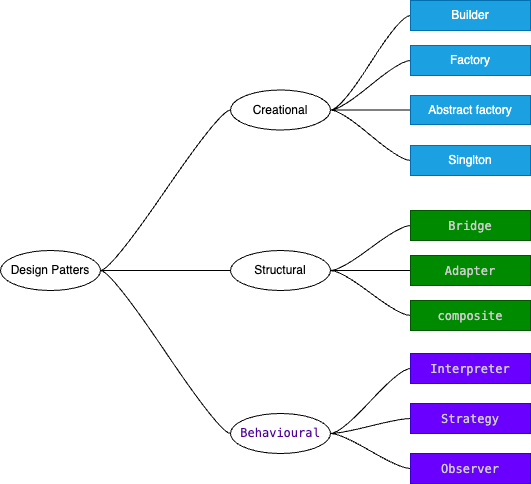
This is drawio/designPattern.drawio.png from vishalguptahmh/programmingInterviewQuestions, a draw.io export, as it was before one commit. Source tidied: cells renumbered, new cells last; positions are measured from the earlier drawing's top-left corner, leaving out a move shared by most shapes. Its diagram source:
```xml
<mxGraphModel>
  <root>
    <mxCell id="0" />
    <mxCell id="1" parent="0" />
    <mxCell id="2" style="edgeStyle=entityRelationEdgeStyle;html=1;startArrow=none;endArrow=none;segment=10;curved=1;sourcePerimeterSpacing=0;targetPerimeterSpacing=0;entryX=0;entryY=0.5;entryDx=0;entryDy=0;" parent="1" edge="1" source="5" target="10">
      <mxGeometry relative="1" as="geometry" />
    </mxCell>
    <mxCell id="3" style="edgeStyle=entityRelationEdgeStyle;html=1;startArrow=none;endArrow=none;segment=10;curved=1;sourcePerimeterSpacing=0;targetPerimeterSpacing=0;entryX=0;entryY=0.5;entryDx=0;entryDy=0;" parent="1" edge="1" source="5" target="14">
      <mxGeometry relative="1" as="geometry" />
    </mxCell>
    <mxCell id="4" style="edgeStyle=entityRelationEdgeStyle;html=1;startArrow=none;endArrow=none;segment=10;curved=1;sourcePerimeterSpacing=0;targetPerimeterSpacing=0;entryX=0;entryY=0.5;entryDx=0;entryDy=0;" parent="1" edge="1" source="5">
      <mxGeometry relative="1" as="geometry">
        <mxPoint x="230" y="433" as="targetPoint" />
      </mxGeometry>
    </mxCell>
    <mxCell id="5" value="Design Patters" style="ellipse;whiteSpace=wrap;html=1;align=center;newEdgeStyle={&quot;edgeStyle&quot;:&quot;entityRelationEdgeStyle&quot;,&quot;startArrow&quot;:&quot;none&quot;,&quot;endArrow&quot;:&quot;none&quot;,&quot;segment&quot;:10,&quot;curved&quot;:1,&quot;sourcePerimeterSpacing&quot;:0,&quot;targetPerimeterSpacing&quot;:0};" parent="1" vertex="1">
      <mxGeometry y="250" width="100" height="40" as="geometry" />
    </mxCell>
    <mxCell id="6" style="edgeStyle=entityRelationEdgeStyle;html=1;startArrow=none;endArrow=none;segment=10;curved=1;sourcePerimeterSpacing=0;targetPerimeterSpacing=0;" parent="1" edge="1" source="10" target="18">
      <mxGeometry relative="1" as="geometry" />
    </mxCell>
    <mxCell id="7" style="edgeStyle=entityRelationEdgeStyle;html=1;startArrow=none;endArrow=none;segment=10;curved=1;sourcePerimeterSpacing=0;targetPerimeterSpacing=0;" parent="1" edge="1" source="10" target="19">
      <mxGeometry relative="1" as="geometry" />
    </mxCell>
    <mxCell id="8" style="edgeStyle=entityRelationEdgeStyle;html=1;startArrow=none;endArrow=none;segment=10;curved=1;sourcePerimeterSpacing=0;targetPerimeterSpacing=0;entryX=0;entryY=0.5;entryDx=0;entryDy=0;" parent="1" edge="1" source="10" target="20">
      <mxGeometry relative="1" as="geometry" />
    </mxCell>
    <mxCell id="9" style="edgeStyle=entityRelationEdgeStyle;html=1;startArrow=none;endArrow=none;segment=10;curved=1;sourcePerimeterSpacing=0;targetPerimeterSpacing=0;entryX=0;entryY=0.5;entryDx=0;entryDy=0;fontFamily=Helvetica;fontSize=12;fontColor=#4C0099;" parent="1" edge="1" source="10" target="28">
      <mxGeometry relative="1" as="geometry" />
    </mxCell>
    <mxCell id="10" value="Creational" style="ellipse;whiteSpace=wrap;html=1;align=center;newEdgeStyle={&quot;edgeStyle&quot;:&quot;entityRelationEdgeStyle&quot;,&quot;startArrow&quot;:&quot;none&quot;,&quot;endArrow&quot;:&quot;none&quot;,&quot;segment&quot;:10,&quot;curved&quot;:1,&quot;sourcePerimeterSpacing&quot;:0,&quot;targetPerimeterSpacing&quot;:0};" parent="1" vertex="1">
      <mxGeometry x="230" y="89.5" width="100" height="40" as="geometry" />
    </mxCell>
    <mxCell id="11" style="edgeStyle=entityRelationEdgeStyle;html=1;startArrow=none;endArrow=none;segment=10;curved=1;sourcePerimeterSpacing=0;targetPerimeterSpacing=0;entryX=0;entryY=0.5;entryDx=0;entryDy=0;" parent="1" edge="1" source="14" target="21">
      <mxGeometry relative="1" as="geometry" />
    </mxCell>
    <mxCell id="12" style="edgeStyle=entityRelationEdgeStyle;html=1;startArrow=none;endArrow=none;segment=10;curved=1;sourcePerimeterSpacing=0;targetPerimeterSpacing=0;entryX=0;entryY=0.5;entryDx=0;entryDy=0;" parent="1" edge="1" source="14" target="22">
      <mxGeometry relative="1" as="geometry" />
    </mxCell>
    <mxCell id="13" style="edgeStyle=entityRelationEdgeStyle;html=1;startArrow=none;endArrow=none;segment=10;curved=1;sourcePerimeterSpacing=0;targetPerimeterSpacing=0;entryX=0;entryY=0.5;entryDx=0;entryDy=0;" parent="1" edge="1" source="14" target="23">
      <mxGeometry relative="1" as="geometry" />
    </mxCell>
    <mxCell id="14" value="Structural" style="ellipse;whiteSpace=wrap;html=1;align=center;newEdgeStyle={&quot;edgeStyle&quot;:&quot;entityRelationEdgeStyle&quot;,&quot;startArrow&quot;:&quot;none&quot;,&quot;endArrow&quot;:&quot;none&quot;,&quot;segment&quot;:10,&quot;curved&quot;:1,&quot;sourcePerimeterSpacing&quot;:0,&quot;targetPerimeterSpacing&quot;:0};" parent="1" vertex="1">
      <mxGeometry x="230" y="250" width="100" height="40" as="geometry" />
    </mxCell>
    <mxCell id="15" style="edgeStyle=entityRelationEdgeStyle;html=1;startArrow=none;endArrow=none;segment=10;curved=1;sourcePerimeterSpacing=0;targetPerimeterSpacing=0;entryX=0;entryY=0.5;entryDx=0;entryDy=0;" parent="1" edge="1" target="24">
      <mxGeometry relative="1" as="geometry">
        <mxPoint x="330" y="433" as="sourcePoint" />
      </mxGeometry>
    </mxCell>
    <mxCell id="16" style="edgeStyle=entityRelationEdgeStyle;html=1;startArrow=none;endArrow=none;segment=10;curved=1;sourcePerimeterSpacing=0;targetPerimeterSpacing=0;entryX=0;entryY=0.5;entryDx=0;entryDy=0;" parent="1" edge="1" target="25">
      <mxGeometry relative="1" as="geometry">
        <mxPoint x="330" y="433" as="sourcePoint" />
      </mxGeometry>
    </mxCell>
    <mxCell id="17" style="edgeStyle=entityRelationEdgeStyle;html=1;startArrow=none;endArrow=none;segment=10;curved=1;sourcePerimeterSpacing=0;targetPerimeterSpacing=0;entryX=0;entryY=0.5;entryDx=0;entryDy=0;" parent="1" edge="1" target="26">
      <mxGeometry relative="1" as="geometry">
        <mxPoint x="330" y="433" as="sourcePoint" />
      </mxGeometry>
    </mxCell>
    <mxCell id="18" value="Factory" style="whiteSpace=wrap;html=1;fillColor=#1ba1e2;fontColor=#ffffff;strokeColor=#006EAF;rotation=0;" parent="1" vertex="1">
      <mxGeometry x="410" y="45" width="120" height="30" as="geometry" />
    </mxCell>
    <mxCell id="19" value="Abstract factory" style="whiteSpace=wrap;html=1;fillColor=#1ba1e2;fontColor=#ffffff;strokeColor=#006EAF;imageHeight=50;" parent="1" vertex="1">
      <mxGeometry x="410" y="95" width="120" height="29" as="geometry" />
    </mxCell>
    <mxCell id="20" value="Singlton" style="whiteSpace=wrap;html=1;fillColor=#1ba1e2;fontColor=#ffffff;strokeColor=#006EAF;rotation=0;" parent="1" vertex="1">
      <mxGeometry x="410" y="145" width="120" height="30" as="geometry" />
    </mxCell>
    <mxCell id="21" value="&lt;div style=&quot;color: rgb(204, 204, 204); font-family: Menlo, Monaco, &amp;quot;Courier New&amp;quot;, monospace; line-height: 18px;&quot;&gt;&lt;div style=&quot;line-height: 18px;&quot;&gt;Bridge&lt;/div&gt;&lt;/div&gt;" style="whiteSpace=wrap;html=1;fillColor=#008a00;fontColor=#ffffff;strokeColor=#005700;rotation=0;labelBackgroundColor=none;" parent="1" vertex="1">
      <mxGeometry x="410" y="210" width="120" height="30" as="geometry" />
    </mxCell>
    <mxCell id="22" value="&lt;div style=&quot;color: rgb(204, 204, 204); font-family: Menlo, Monaco, &amp;quot;Courier New&amp;quot;, monospace; line-height: 18px;&quot;&gt;&lt;div style=&quot;line-height: 18px;&quot;&gt;Adapter&lt;/div&gt;&lt;/div&gt;" style="whiteSpace=wrap;html=1;fillColor=#008a00;fontColor=#ffffff;strokeColor=#005700;rotation=0;labelBackgroundColor=none;" parent="1" vertex="1">
      <mxGeometry x="410" y="255" width="120" height="30" as="geometry" />
    </mxCell>
    <mxCell id="23" value="&lt;div style=&quot;color: rgb(204, 204, 204); font-family: Menlo, Monaco, &amp;quot;Courier New&amp;quot;, monospace; line-height: 18px;&quot;&gt;&lt;div style=&quot;line-height: 18px;&quot;&gt;composite&lt;/div&gt;&lt;/div&gt;" style="whiteSpace=wrap;html=1;fillColor=#008a00;fontColor=#ffffff;strokeColor=#005700;rotation=0;labelBackgroundColor=none;" parent="1" vertex="1">
      <mxGeometry x="410" y="300" width="120" height="30" as="geometry" />
    </mxCell>
    <mxCell id="24" value="&lt;div style=&quot;color: rgb(204, 204, 204); font-family: Menlo, Monaco, &amp;quot;Courier New&amp;quot;, monospace; line-height: 18px;&quot;&gt;&lt;div style=&quot;line-height: 18px;&quot;&gt;Interpreter&lt;/div&gt;&lt;/div&gt;" style="whiteSpace=wrap;html=1;fillColor=#6a00ff;fontColor=#ffffff;strokeColor=#3700CC;labelBackgroundColor=none;" parent="1" vertex="1">
      <mxGeometry x="410" y="353" width="120" height="30" as="geometry" />
    </mxCell>
    <mxCell id="25" value="&lt;div style=&quot;color: rgb(204, 204, 204); font-family: Menlo, Monaco, &amp;quot;Courier New&amp;quot;, monospace; line-height: 18px;&quot;&gt;&lt;div style=&quot;line-height: 18px;&quot;&gt;Strategy&lt;/div&gt;&lt;/div&gt;" style="whiteSpace=wrap;html=1;rotation=0;fillColor=#6a00ff;fontColor=#ffffff;strokeColor=#3700CC;labelBackgroundColor=none;" parent="1" vertex="1">
      <mxGeometry x="410" y="403" width="120" height="30" as="geometry" />
    </mxCell>
    <mxCell id="26" value="&lt;div style=&quot;color: rgb(204, 204, 204); font-family: Menlo, Monaco, &amp;quot;Courier New&amp;quot;, monospace; line-height: 18px;&quot;&gt;&lt;div style=&quot;line-height: 18px;&quot;&gt;Observer&lt;/div&gt;&lt;/div&gt;" style="whiteSpace=wrap;html=1;fillColor=#6a00ff;fontColor=#ffffff;strokeColor=#3700CC;labelBackgroundColor=none;" parent="1" vertex="1">
      <mxGeometry x="410" y="453" width="120" height="30" as="geometry" />
    </mxCell>
    <mxCell id="27" value="&lt;span style=&quot;font-family: Menlo, Monaco, &amp;quot;Courier New&amp;quot;, monospace;&quot;&gt;Behavioural&lt;/span&gt;" style="ellipse;whiteSpace=wrap;html=1;align=center;newEdgeStyle={&quot;edgeStyle&quot;:&quot;entityRelationEdgeStyle&quot;,&quot;startArrow&quot;:&quot;none&quot;,&quot;endArrow&quot;:&quot;none&quot;,&quot;segment&quot;:10,&quot;curved&quot;:1,&quot;sourcePerimeterSpacing&quot;:0,&quot;targetPerimeterSpacing&quot;:0};fontColor=#4C0099;" parent="1" vertex="1">
      <mxGeometry x="230" y="413" width="100" height="40" as="geometry" />
    </mxCell>
    <mxCell id="28" value="Builder" style="whiteSpace=wrap;html=1;fillColor=#1ba1e2;fontColor=#ffffff;strokeColor=#006EAF;rotation=0;" parent="1" vertex="1">
      <mxGeometry x="410" width="120" height="30" as="geometry" />
    </mxCell>
  </root>
</mxGraphModel>
```
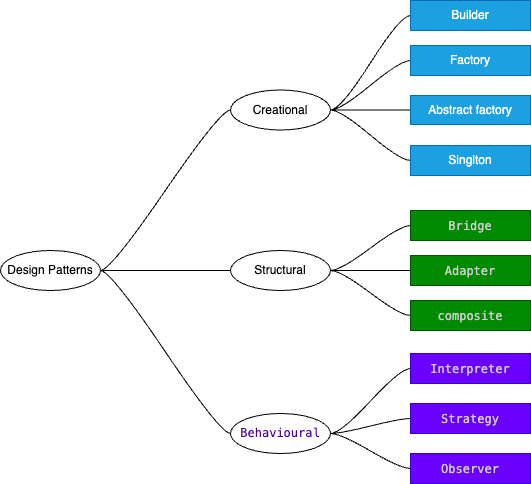
After the commit.

Commit message:
links addded in design patterns

Change to the diagram source:
```diff
@@ -13,7 +13,7 @@
         <mxPoint x="230" y="433" as="targetPoint" />
       </mxGeometry>
     </mxCell>
-    <mxCell id="5" value="Design Patters" style="ellipse;whiteSpace=wrap;html=1;align=center;newEdgeStyle={&quot;edgeStyle&quot;:&quot;entityRelationEdgeStyle&quot;,&quot;startArrow&quot;:&quot;none&quot;,&quot;endArrow&quot;:&quot;none&quot;,&quot;segment&quot;:10,&quot;curved&quot;:1,&quot;sourcePerimeterSpacing&quot;:0,&quot;targetPerimeterSpacing&quot;:0};" parent="1" vertex="1">
+    <mxCell id="5" value="Design Patterns" style="ellipse;whiteSpace=wrap;html=1;align=center;newEdgeStyle={&quot;edgeStyle&quot;:&quot;entityRelationEdgeStyle&quot;,&quot;startArrow&quot;:&quot;none&quot;,&quot;endArrow&quot;:&quot;none&quot;,&quot;segment&quot;:10,&quot;curved&quot;:1,&quot;sourcePerimeterSpacing&quot;:0,&quot;targetPerimeterSpacing&quot;:0};" parent="1" vertex="1">
       <mxGeometry y="250" width="100" height="40" as="geometry" />
     </mxCell>
     <mxCell id="6" style="edgeStyle=entityRelationEdgeStyle;html=1;startArrow=none;endArrow=none;segment=10;curved=1;sourcePerimeterSpacing=0;targetPerimeterSpacing=0;" parent="1" edge="1" source="10" target="18">
```
